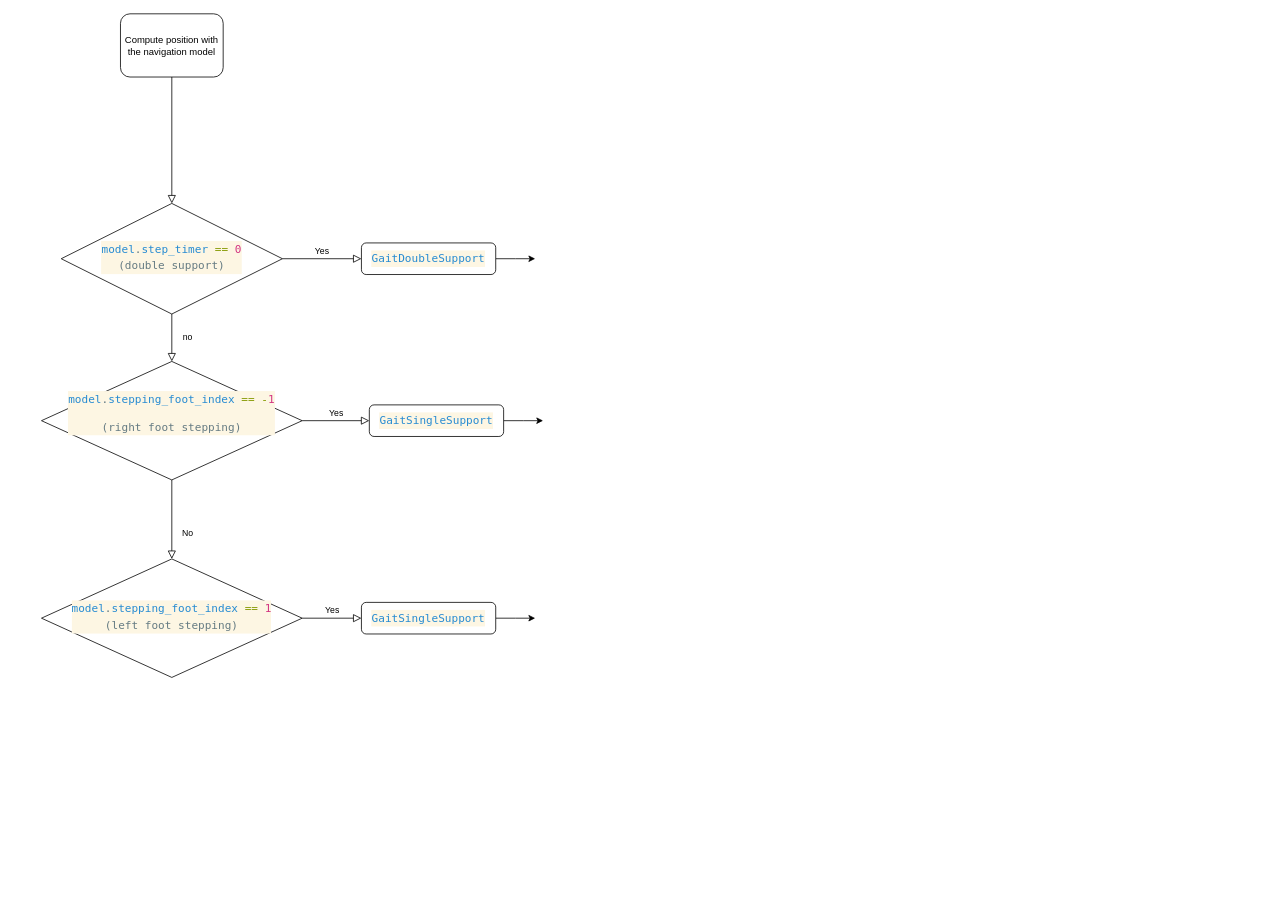
ThoChat/jupedsim_test_sandbox keeps this draw.io diagram as Untitled Diagram.drawio. Above is the earlier version. Source tidied: cells renumbered, new cells numbered last; positions are measured from the earlier drawing's top-left corner, leaving out a move shared by most shapes. Both pictures are drawn from the tidied source at 79%, with x=0, y=0 at pixel (41, 13).
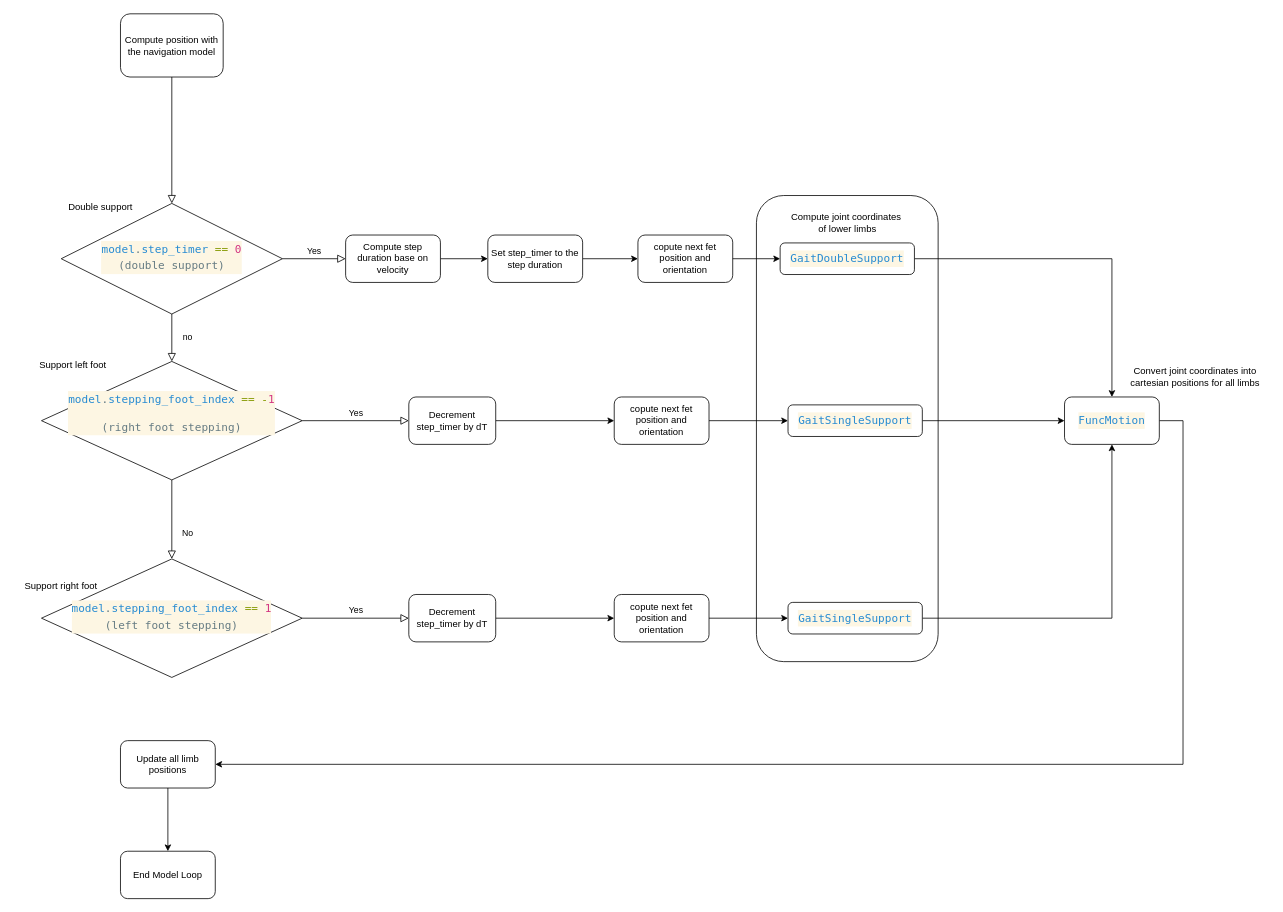
The same page after the edit.

The change refers to these unchanged cells:
```xml
<mxCell id="5" value="&lt;div style=&quot;color: rgb(101, 123, 131); background-color: rgb(253, 246, 227); font-family: Menlo, Monaco, &amp;quot;Courier New&amp;quot;, monospace; font-weight: normal; font-size: 14px; line-height: 21px; white-space: pre;&quot;&gt;&lt;div&gt;&lt;span style=&quot;color: rgb(38, 139, 210);&quot;&gt;model&lt;/span&gt;&lt;span style=&quot;color: rgb(101, 123, 131);&quot;&gt;.&lt;/span&gt;&lt;span style=&quot;color: rgb(38, 139, 210);&quot;&gt;step_timer&lt;/span&gt;&lt;span style=&quot;color: rgb(101, 123, 131);&quot;&gt; &lt;/span&gt;&lt;span style=&quot;color: rgb(133, 153, 0);&quot;&gt;==&lt;/span&gt;&lt;span style=&quot;color: rgb(101, 123, 131);&quot;&gt; &lt;/span&gt;&lt;span style=&quot;color: rgb(211, 54, 130);&quot;&gt;0&lt;/span&gt;&lt;/div&gt;&lt;div&gt;(double support)&lt;/div&gt;&lt;/div&gt;" style="rhombus;whiteSpace=wrap;html=1;shadow=0;fontFamily=Helvetica;fontSize=12;align=center;strokeWidth=1;spacing=6;spacingTop=-4;" parent="1" vertex="1">
  <mxGeometry x="25" y="240" width="280" height="140" as="geometry" />
</mxCell>
<mxCell id="8" value="&lt;div style=&quot;color: rgb(101, 123, 131); background-color: rgb(253, 246, 227); font-family: Menlo, Monaco, &amp;quot;Courier New&amp;quot;, monospace; font-weight: normal; font-size: 14px; line-height: 21px; white-space: pre;&quot;&gt;&lt;p&gt;&lt;span style=&quot;color: rgb(38, 139, 210);&quot;&gt;&lt;/span&gt;&lt;span style=&quot;color: rgb(38, 139, 210);&quot;&gt;model&lt;/span&gt;&lt;span style=&quot;color: rgb(101, 123, 131);&quot;&gt;.&lt;/span&gt;&lt;span style=&quot;color: rgb(38, 139, 210);&quot;&gt;stepping_foot_index&lt;/span&gt;&lt;span style=&quot;color: rgb(101, 123, 131);&quot;&gt; &lt;/span&gt;&lt;span style=&quot;color: rgb(133, 153, 0);&quot;&gt;==&lt;/span&gt;&lt;span style=&quot;color: rgb(101, 123, 131);&quot;&gt; &lt;/span&gt;&lt;span style=&quot;color: rgb(133, 153, 0);&quot;&gt;-&lt;/span&gt;&lt;span style=&quot;color: rgb(211, 54, 130);&quot;&gt;1&lt;/span&gt;&lt;/p&gt;&lt;p&gt;(right foot stepping)&lt;/p&gt;&lt;/div&gt;&lt;div&gt;&lt;br&gt;&lt;/div&gt;" style="rhombus;whiteSpace=wrap;html=1;shadow=0;fontFamily=Helvetica;fontSize=12;align=center;strokeWidth=1;spacing=6;spacingTop=-4;" parent="1" vertex="1">
  <mxGeometry y="440" width="330" height="150" as="geometry" />
</mxCell>
<mxCell id="11" value="&lt;div style=&quot;color: rgb(101, 123, 131); background-color: rgb(253, 246, 227); font-family: Menlo, Monaco, &amp;quot;Courier New&amp;quot;, monospace; font-weight: normal; font-size: 14px; line-height: 21px; white-space: pre;&quot;&gt;&lt;div&gt;&lt;span style=&quot;color: rgb(38, 139, 210);&quot;&gt;model&lt;/span&gt;&lt;span style=&quot;color: rgb(101, 123, 131);&quot;&gt;.&lt;/span&gt;&lt;span style=&quot;color: rgb(38, 139, 210);&quot;&gt;stepping_foot_index&lt;/span&gt;&lt;span style=&quot;color: rgb(101, 123, 131);&quot;&gt; &lt;/span&gt;&lt;span style=&quot;color: rgb(133, 153, 0);&quot;&gt;==&lt;/span&gt;&lt;span style=&quot;color: rgb(101, 123, 131);&quot;&gt; &lt;/span&gt;&lt;span style=&quot;color: rgb(211, 54, 130);&quot;&gt;1&lt;/span&gt;&lt;br&gt;&lt;/div&gt;&lt;div&gt;(left foot stepping)&lt;/div&gt;&lt;/div&gt;" style="rhombus;whiteSpace=wrap;html=1;shadow=0;fontFamily=Helvetica;fontSize=12;align=center;strokeWidth=1;spacing=6;spacingTop=-4;" parent="1" vertex="1">
  <mxGeometry y="690" width="330" height="150" as="geometry" />
</mxCell>
```

Diff of the diagram source:
```diff
@@
+    <mxCell id="18" style="rounded=1;whiteSpace=wrap;html=1;fillColor=none;" parent="1" vertex="1">
+      <mxGeometry x="905" y="230" width="230" height="590" as="geometry" />
+    </mxCell>
@@
-    <mxCell id="7" value="Yes" style="edgeStyle=orthogonalEdgeStyle;rounded=0;html=1;jettySize=auto;fontSize=11;endArrow=block;endFill=0;endSize=8;strokeWidth=1;shadow=0;labelBackgroundColor=none;" parent="1" edge="1" source="8" target="10">
+    <mxCell id="7" value="Yes" style="edgeStyle=orthogonalEdgeStyle;rounded=0;html=1;jettySize=auto;fontSize=11;endArrow=block;endFill=0;endSize=8;strokeWidth=1;shadow=0;labelBackgroundColor=none;entryX=0;entryY=0.5;entryDx=0;entryDy=0;" parent="1" edge="1" source="8" target="25">
       <mxGeometry y="10" relative="1" as="geometry" />
     </mxCell>
@@
-    <mxCell id="9" style="edgeStyle=orthogonalEdgeStyle;rounded=0;jettySize=auto;html=1;" parent="1" edge="1" source="10">
-      <mxGeometry relative="1" as="geometry">
-        <mxPoint x="635" y="515" as="targetPoint" />
-      </mxGeometry>
+    <mxCell id="9" style="edgeStyle=orthogonalEdgeStyle;rounded=0;jettySize=auto;html=1;entryX=0;entryY=0.5;entryDx=0;entryDy=0;" parent="1" edge="1" source="10" target="38">
+      <mxGeometry relative="1" as="geometry" />
     </mxCell>
     <mxCell id="10" value="&lt;div style=&quot;color: #657b83;background-color: #fdf6e3;font-family: Menlo, Monaco, 'Courier New', monospace;font-weight: normal;font-size: 14px;line-height: 21px;white-space: pre;&quot;&gt;&lt;div&gt;&lt;span style=&quot;color: #268bd2;&quot;&gt;GaitSingleSupport&lt;/span&gt;&lt;/div&gt;&lt;/div&gt;" style="rounded=1;whiteSpace=wrap;html=1;fontSize=12;glass=0;strokeWidth=1;shadow=0;" parent="1" vertex="1">
-      <mxGeometry x="415" y="495" width="170" height="40" as="geometry" />
+      <mxGeometry x="945" y="495" width="170" height="40" as="geometry" />
     </mxCell>
@@
-    <mxCell id="12" value="Yes" style="edgeStyle=orthogonalEdgeStyle;rounded=0;html=1;jettySize=auto;fontSize=11;endArrow=block;endFill=0;endSize=8;strokeWidth=1;shadow=0;labelBackgroundColor=none;exitX=1;exitY=0.5;exitDx=0;exitDy=0;" parent="1" edge="1" source="11" target="14">
+    <mxCell id="12" value="Yes" style="edgeStyle=orthogonalEdgeStyle;rounded=0;html=1;jettySize=auto;fontSize=11;endArrow=block;endFill=0;endSize=8;strokeWidth=1;shadow=0;labelBackgroundColor=none;exitX=1;exitY=0.5;exitDx=0;exitDy=0;entryX=0;entryY=0.5;entryDx=0;entryDy=0;" parent="1" edge="1" source="11" target="30">
       <mxGeometry y="10" relative="1" as="geometry" />
     </mxCell>
-    <mxCell id="13" style="edgeStyle=orthogonalEdgeStyle;rounded=0;jettySize=auto;html=1;" parent="1" edge="1" source="14">
-      <mxGeometry relative="1" as="geometry">
-        <mxPoint x="625" y="765" as="targetPoint" />
-      </mxGeometry>
+    <mxCell id="13" style="edgeStyle=orthogonalEdgeStyle;rounded=0;jettySize=auto;html=1;entryX=0.5;entryY=1;entryDx=0;entryDy=0;" parent="1" edge="1" source="14" target="38">
+      <mxGeometry relative="1" as="geometry" />
     </mxCell>
     <mxCell id="14" value="&lt;div style=&quot;color: #657b83;background-color: #fdf6e3;font-family: Menlo, Monaco, 'Courier New', monospace;font-weight: normal;font-size: 14px;line-height: 21px;white-space: pre;&quot;&gt;&lt;div&gt;&lt;span style=&quot;color: #268bd2;&quot;&gt;GaitSingleSupport&lt;/span&gt;&lt;/div&gt;&lt;/div&gt;" style="rounded=1;whiteSpace=wrap;html=1;fontSize=12;glass=0;strokeWidth=1;shadow=0;" parent="1" vertex="1">
-      <mxGeometry x="405" y="745" width="170" height="40" as="geometry" />
+      <mxGeometry x="945" y="745" width="170" height="40" as="geometry" />
     </mxCell>
-    <mxCell id="15" value="Yes" style="edgeStyle=orthogonalEdgeStyle;rounded=0;html=1;jettySize=auto;fontSize=11;endArrow=block;endFill=0;endSize=8;strokeWidth=1;shadow=0;labelBackgroundColor=none;exitX=1;exitY=0.5;exitDx=0;exitDy=0;" parent="1" edge="1" source="5" target="17">
-      <mxGeometry y="10" relative="1" as="geometry">
-        <Array as="points">
-          <mxPoint x="425" y="310" />
-          <mxPoint x="425" y="310" />
-        </Array>
-      </mxGeometry>
+    <mxCell id="15" value="Yes" style="edgeStyle=orthogonalEdgeStyle;rounded=0;html=1;jettySize=auto;fontSize=11;endArrow=block;endFill=0;endSize=8;strokeWidth=1;shadow=0;labelBackgroundColor=none;exitX=1;exitY=0.5;exitDx=0;exitDy=0;entryX=0;entryY=0.5;entryDx=0;entryDy=0;" parent="1" edge="1" source="5" target="21">
+      <mxGeometry y="10" relative="1" as="geometry" />
     </mxCell>
-    <mxCell id="16" style="edgeStyle=orthogonalEdgeStyle;rounded=0;jettySize=auto;html=1;" parent="1" edge="1" source="17">
-      <mxGeometry relative="1" as="geometry">
-        <mxPoint x="625" y="310" as="targetPoint" />
-      </mxGeometry>
+    <mxCell id="16" style="edgeStyle=orthogonalEdgeStyle;rounded=0;jettySize=auto;html=1;" parent="1" edge="1" source="17" target="38">
+      <mxGeometry relative="1" as="geometry" />
     </mxCell>
     <mxCell id="17" value="&lt;div style=&quot;color: rgb(101, 123, 131); background-color: rgb(253, 246, 227); font-family: Menlo, Monaco, &amp;quot;Courier New&amp;quot;, monospace; font-weight: normal; font-size: 14px; line-height: 21px; white-space: pre;&quot;&gt;&lt;div&gt;&lt;span style=&quot;color: rgb(38, 139, 210);&quot;&gt;GaitDoubleSupport&lt;/span&gt;&lt;/div&gt;&lt;/div&gt;" style="rounded=1;whiteSpace=wrap;html=1;fontSize=12;glass=0;strokeWidth=1;shadow=0;" parent="1" vertex="1">
-      <mxGeometry x="405" y="290" width="170" height="40" as="geometry" />
+      <mxGeometry x="935" y="290" width="170" height="40" as="geometry" />
     </mxCell>
+    <mxCell id="19" value="&lt;div&gt;Compute joint coordinates&amp;nbsp;&lt;/div&gt;&lt;div&gt;of lower limbs &lt;/div&gt;" style="text;html=1;align=center;verticalAlign=middle;strokeColor=none;fillColor=none;" parent="1" vertex="1">
+      <mxGeometry x="935" y="245" width="170" height="40" as="geometry" />
+    </mxCell>
+    <mxCell id="20" style="edgeStyle=orthogonalEdgeStyle;rounded=0;jettySize=auto;html=1;" parent="1" edge="1" source="21" target="23">
+      <mxGeometry relative="1" as="geometry" />
+    </mxCell>
+    <mxCell id="21" value="Compute step duration base on velocity" style="rounded=1;whiteSpace=wrap;html=1;" parent="1" vertex="1">
+      <mxGeometry x="385" y="280" width="120" height="60" as="geometry" />
+    </mxCell>
+    <mxCell id="22" style="edgeStyle=orthogonalEdgeStyle;rounded=0;jettySize=auto;html=1;" parent="1" edge="1" source="23" target="31">
+      <mxGeometry relative="1" as="geometry" />
+    </mxCell>
+    <mxCell id="23" value="Set step_timer to the step duration" style="whiteSpace=wrap;html=1;rounded=1;" parent="1" vertex="1">
+      <mxGeometry x="565" y="280" width="120" height="60" as="geometry" />
+    </mxCell>
+    <mxCell id="24" style="edgeStyle=orthogonalEdgeStyle;rounded=0;jettySize=auto;html=1;" parent="1" edge="1" source="25" target="32">
+      <mxGeometry relative="1" as="geometry" />
+    </mxCell>
+    <mxCell id="25" value="Decrement step_timer by dT" style="rounded=1;whiteSpace=wrap;html=1;" parent="1" vertex="1">
+      <mxGeometry x="465" y="485" width="110" height="60" as="geometry" />
+    </mxCell>
+    <mxCell id="26" value="Double support" style="text;html=1;align=center;verticalAlign=middle;whiteSpace=wrap;rounded=0;" parent="1" vertex="1">
+      <mxGeometry x="15" y="230" width="120" height="30" as="geometry" />
+    </mxCell>
+    <mxCell id="27" value="Support left foot" style="text;html=1;align=center;verticalAlign=middle;whiteSpace=wrap;rounded=0;" parent="1" vertex="1">
+      <mxGeometry x="-20" y="430" width="120" height="30" as="geometry" />
+    </mxCell>
+    <mxCell id="28" value="Support right foot" style="text;html=1;align=center;verticalAlign=middle;whiteSpace=wrap;rounded=0;" parent="1" vertex="1">
+      <mxGeometry x="-35" y="710" width="120" height="30" as="geometry" />
+    </mxCell>
+    <mxCell id="29" style="edgeStyle=orthogonalEdgeStyle;rounded=0;jettySize=auto;html=1;" parent="1" edge="1" source="30" target="33">
+      <mxGeometry relative="1" as="geometry" />
+    </mxCell>
+    <mxCell id="30" value="Decrement step_timer by dT" style="rounded=1;whiteSpace=wrap;html=1;" parent="1" vertex="1">
+      <mxGeometry x="465" y="735" width="110" height="60" as="geometry" />
+    </mxCell>
+    <mxCell id="31" value="copute next fet position and orientation" style="whiteSpace=wrap;html=1;rounded=1;" parent="1" vertex="1">
+      <mxGeometry x="755" y="280" width="120" height="60" as="geometry" />
+    </mxCell>
+    <mxCell id="32" value="copute next fet position and orientation" style="whiteSpace=wrap;html=1;rounded=1;" parent="1" vertex="1">
+      <mxGeometry x="725" y="485" width="120" height="60" as="geometry" />
+    </mxCell>
+    <mxCell id="33" value="copute next fet position and orientation" style="whiteSpace=wrap;html=1;rounded=1;" parent="1" vertex="1">
+      <mxGeometry x="725" y="735" width="120" height="60" as="geometry" />
+    </mxCell>
+    <mxCell id="34" style="endArrow=classic;html=1;rounded=0;exitX=1;exitY=0.5;exitDx=0;exitDy=0;entryX=0;entryY=0.5;entryDx=0;entryDy=0;" parent="1" edge="1" source="31" target="17">
+      <mxGeometry relative="1" as="geometry" />
+    </mxCell>
+    <mxCell id="35" style="endArrow=classic;html=1;rounded=0;exitX=1;exitY=0.5;exitDx=0;exitDy=0;entryX=0;entryY=0.5;entryDx=0;entryDy=0;" parent="1" edge="1" source="32" target="10">
+      <mxGeometry relative="1" as="geometry" />
+    </mxCell>
+    <mxCell id="36" style="endArrow=classic;html=1;rounded=0;exitX=1;exitY=0.5;exitDx=0;exitDy=0;entryX=0;entryY=0.5;entryDx=0;entryDy=0;" parent="1" edge="1" source="33" target="14">
+      <mxGeometry relative="1" as="geometry" />
+    </mxCell>
+    <mxCell id="37" style="edgeStyle=orthogonalEdgeStyle;rounded=0;jettySize=auto;html=1;" parent="1" edge="1" source="38" target="40">
+      <mxGeometry relative="1" as="geometry">
+        <Array as="points">
+          <mxPoint x="1445" y="515" />
+          <mxPoint x="1445" y="950" />
+        </Array>
+      </mxGeometry>
+    </mxCell>
+    <mxCell id="38" value="&lt;div style=&quot;color: #657b83;background-color: #fdf6e3;font-family: Menlo, Monaco, 'Courier New', monospace;font-weight: normal;font-size: 14px;line-height: 21px;white-space: pre;&quot;&gt;&lt;div&gt;&lt;span style=&quot;color: #657b83;&quot;&gt;&lt;/span&gt;&lt;span style=&quot;color: #268bd2;&quot;&gt;FuncMotion&lt;/span&gt;&lt;/div&gt;&lt;/div&gt;" style="rounded=1;whiteSpace=wrap;html=1;" parent="1" vertex="1">
+      <mxGeometry x="1295" y="485" width="120" height="60" as="geometry" />
+    </mxCell>
+    <mxCell id="39" style="edgeStyle=orthogonalEdgeStyle;rounded=0;jettySize=auto;html=1;" parent="1" edge="1" source="40" target="41">
+      <mxGeometry relative="1" as="geometry" />
+    </mxCell>
+    <mxCell id="40" value="Update all limb positions" style="whiteSpace=wrap;html=1;rounded=1;" parent="1" vertex="1">
+      <mxGeometry x="100" y="920" width="120" height="60" as="geometry" />
+    </mxCell>
+    <mxCell id="41" value="End Model Loop" style="whiteSpace=wrap;html=1;rounded=1;" parent="1" vertex="1">
+      <mxGeometry x="100" y="1060" width="120" height="60" as="geometry" />
+    </mxCell>
+    <mxCell id="42" value="&lt;div&gt;Convert joint coordinates into &lt;br&gt;&lt;/div&gt;&lt;div&gt;cartesian positions for all limbs&lt;/div&gt;" style="text;html=1;align=center;verticalAlign=middle;strokeColor=none;fillColor=none;" parent="1" vertex="1">
+      <mxGeometry x="1365" y="440" width="190" height="40" as="geometry" />
+    </mxCell>
```
